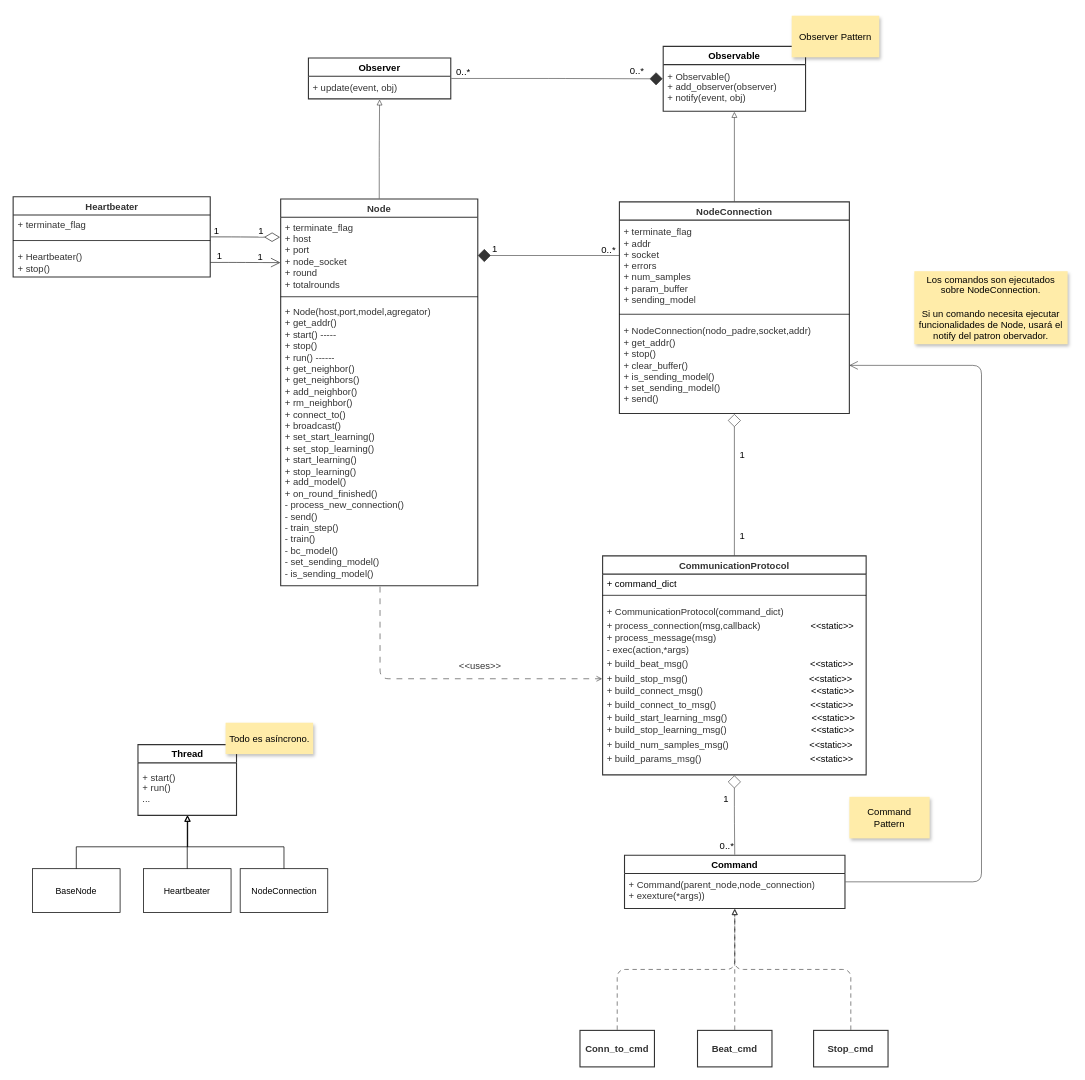
Earlier version of the draw.io diagram Diagramas/class1.drawio (p2pfl/p2pfl). Source tidied: cells renumbered, new cells numbered last; positions are measured from the earlier drawing's top-left corner, leaving out a move shared by most shapes. Both pictures are drawn from the tidied source at 73%, with x=0, y=0 at pixel (13, 15).
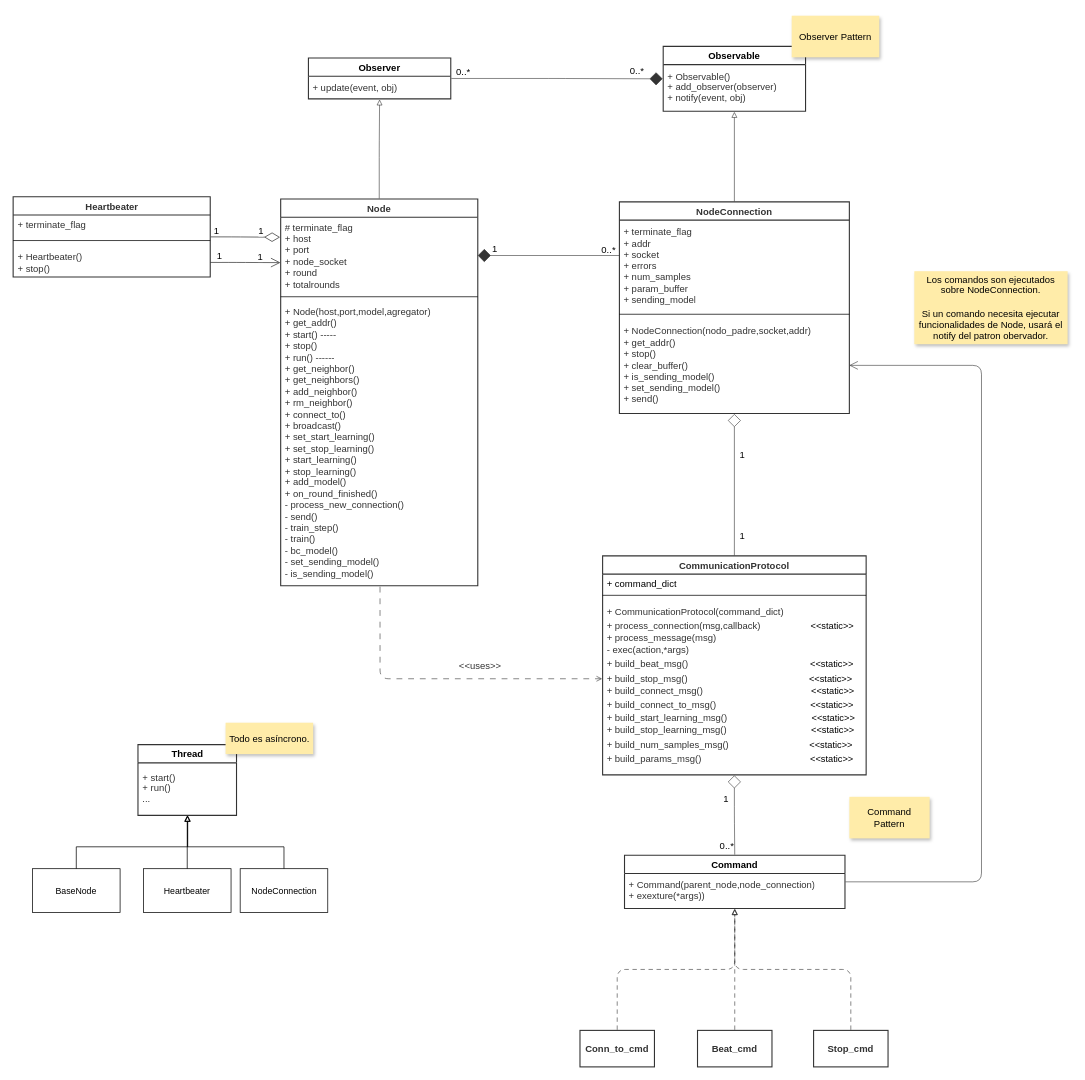
The same page after the edit.

Unchanged cells that the change refers to:
```xml
<mxCell id="2" value="Node" style="html=1;overflow=block;blockSpacing=1;swimlane;horizontal=1;swimlaneFillColor=#ffffff;startSize=25;whiteSpace=wrap;fontSize=13;fontColor=#333333;fontStyle=1;align=center;spacing=0;strokeColor=#333333;strokeOpacity=100;fillOpacity=100;fillColor=#ffffff;strokeWidth=1.5;" parent="1" vertex="1">
  <mxGeometry x="366" y="251" width="270" height="530" as="geometry" />
</mxCell>
```

Diff of the diagram source:
```diff
@@
-    <mxCell id="3" value="+ terminate_flag&#10;+ host&#10;+ port&#10;+ node_socket&#10;+ round&#10;+ totalrounds" style="html=1;strokeColor=none;fillColor=none;align=left;verticalAlign=middle;spacingLeft=4;spacingRight=4;overflow=hidden;points=[[0,0.5],[1,0.5]];portConstraint=eastwest;swimlaneFillColor=#ffffff;strokeOpacity=100;fillOpacity=100;whiteSpace=wrap;fontSize=13;fontColor=#333333;" parent="2" vertex="1">
+    <mxCell id="3" value="# terminate_flag&lt;br&gt;+ host&lt;br&gt;+ port&lt;br&gt;+ node_socket&lt;br&gt;+ round&lt;br&gt;+ totalrounds" style="html=1;strokeColor=none;fillColor=none;align=left;verticalAlign=middle;spacingLeft=4;spacingRight=4;overflow=hidden;points=[[0,0.5],[1,0.5]];portConstraint=eastwest;swimlaneFillColor=#ffffff;strokeOpacity=100;fillOpacity=100;whiteSpace=wrap;fontSize=13;fontColor=#333333;" parent="2" vertex="1">
       <mxGeometry y="25" width="270" height="105" as="geometry" />
     </mxCell>
```
